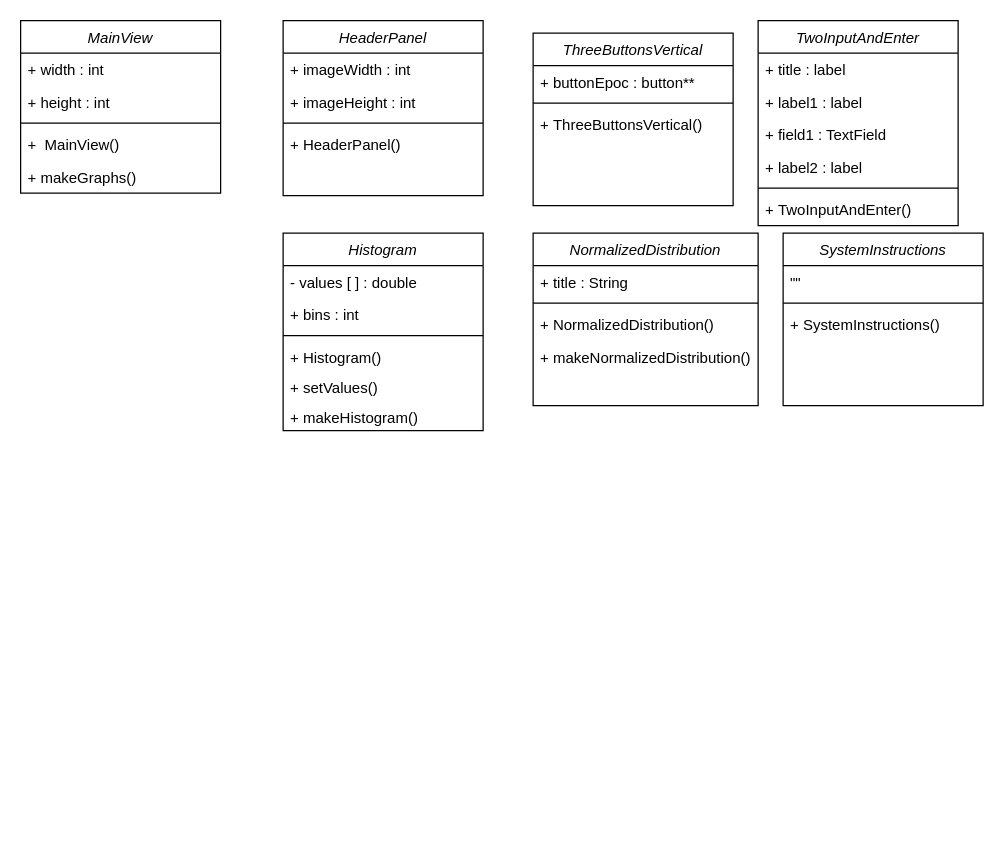
Earlier version of the draw.io diagram Diagrams/View_ClassDiagram.drawio (ramon-san/JavaFinalAssignment). Source tidied: cells renumbered, new cells numbered last; positions are measured from the earlier drawing's top-left corner, leaving out a move shared by most shapes. Both pictures are drawn from the tidied source at 125%, with x=0, y=0 at pixel (20, 20).
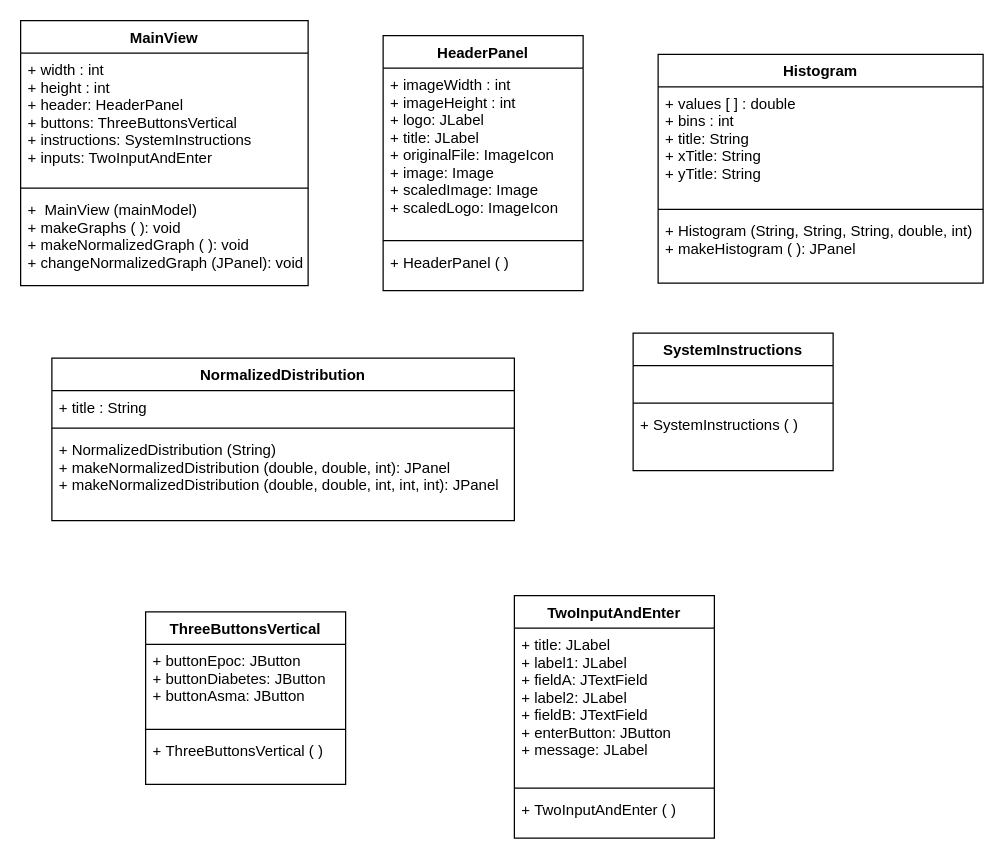
The same page after the edit.

Diff of the diagram source:
```diff
@@
-    <mxCell id="2" value="MainView" style="swimlane;fontStyle=2;align=center;verticalAlign=top;horizontal=1;startSize=26;rounded=0;shadow=0;strokeWidth=1;" parent="1" vertex="1">
-      <mxGeometry width="160" height="138" as="geometry" />
+    <mxCell id="2" value="MainView" style="swimlane;fontStyle=1;align=center;verticalAlign=top;horizontal=1;startSize=26;rounded=0;shadow=0;strokeWidth=1;" parent="1" vertex="1">
+      <mxGeometry width="230" height="212" as="geometry" />
     </mxCell>
-    <mxCell id="3" value="+ width : int" style="text;align=left;verticalAlign=top;spacingLeft=4;spacingRight=4;overflow=hidden;" parent="2" vertex="1">
-      <mxGeometry y="26" width="160" height="26" as="geometry" />
+    <mxCell id="3" value="+ width : int&#10;+ height : int&#10;+ header: HeaderPanel&#10;+ buttons: ThreeButtonsVertical&#10;+ instructions: SystemInstructions&#10;+ inputs: TwoInputAndEnter" style="text;align=left;verticalAlign=top;spacingLeft=4;spacingRight=4;overflow=hidden;" parent="2" vertex="1">
+      <mxGeometry y="26" width="230" height="104" as="geometry" />
     </mxCell>
-    <mxCell id="4" value="+ height : int" style="text;align=left;verticalAlign=top;spacingLeft=4;spacingRight=4;overflow=hidden;" parent="2" vertex="1">
-      <mxGeometry y="52" width="160" height="26" as="geometry" />
-    </mxCell>
     <mxCell id="5" style="line;html=1;strokeWidth=1;align=left;verticalAlign=middle;spacingTop=-1;spacingLeft=3;spacingRight=3;labelPosition=right;" parent="2" vertex="1">
-      <mxGeometry y="78" width="160" height="8" as="geometry" />
+      <mxGeometry y="130" width="230" height="8" as="geometry" />
     </mxCell>
-    <mxCell id="6" value="+  MainView()" style="text;align=left;verticalAlign=top;spacingLeft=4;spacingRight=4;overflow=hidden;" parent="2" vertex="1">
-      <mxGeometry y="86" width="160" height="26" as="geometry" />
+    <mxCell id="6" value="+  MainView (mainModel)&#10;+ makeGraphs ( ): void&#10;+ makeNormalizedGraph ( ): void&#10;+ changeNormalizedGraph (JPanel): void" style="text;align=left;verticalAlign=top;spacingLeft=4;spacingRight=4;overflow=hidden;" parent="2" vertex="1">
+      <mxGeometry y="138" width="230" height="74" as="geometry" />
     </mxCell>
-    <mxCell id="7" value="+ makeGraphs()" style="text;align=left;verticalAlign=top;spacingLeft=4;spacingRight=4;overflow=hidden;" parent="2" vertex="1">
-      <mxGeometry y="112" width="160" height="26" as="geometry" />
-    </mxCell>
-    <mxCell id="8" value="HeaderPanel" style="swimlane;fontStyle=2;align=center;verticalAlign=top;horizontal=1;startSize=26;rounded=0;shadow=0;strokeWidth=1;" parent="1" vertex="1">
-      <mxGeometry x="210" width="160" height="140" as="geometry" />
+    <mxCell id="8" value="HeaderPanel" style="swimlane;fontStyle=1;align=center;verticalAlign=top;horizontal=1;startSize=26;rounded=0;shadow=0;strokeWidth=1;" parent="1" vertex="1">
+      <mxGeometry x="290" y="12" width="160" height="204" as="geometry" />
     </mxCell>
-    <mxCell id="9" value="+ imageWidth : int" style="text;align=left;verticalAlign=top;spacingLeft=4;spacingRight=4;overflow=hidden;" parent="8" vertex="1">
-      <mxGeometry y="26" width="160" height="26" as="geometry" />
+    <mxCell id="9" value="+ imageWidth : int&#10;+ imageHeight : int&#10;+ logo: JLabel&#10;+ title: JLabel&#10;+ originalFile: ImageIcon&#10;+ image: Image&#10;+ scaledImage: Image&#10;+ scaledLogo: ImageIcon" style="text;align=left;verticalAlign=top;spacingLeft=4;spacingRight=4;overflow=hidden;" parent="8" vertex="1">
+      <mxGeometry y="26" width="160" height="134" as="geometry" />
     </mxCell>
-    <mxCell id="10" value="+ imageHeight : int" style="text;align=left;verticalAlign=top;spacingLeft=4;spacingRight=4;overflow=hidden;" parent="8" vertex="1">
-      <mxGeometry y="52" width="160" height="26" as="geometry" />
-    </mxCell>
     <mxCell id="11" style="line;html=1;strokeWidth=1;align=left;verticalAlign=middle;spacingTop=-1;spacingLeft=3;spacingRight=3;labelPosition=right;" parent="8" vertex="1">
-      <mxGeometry y="78" width="160" height="8" as="geometry" />
+      <mxGeometry y="160" width="160" height="8" as="geometry" />
     </mxCell>
-    <mxCell id="12" value="+ HeaderPanel()" style="text;align=left;verticalAlign=top;spacingLeft=4;spacingRight=4;overflow=hidden;" parent="8" vertex="1">
-      <mxGeometry y="86" width="160" height="26" as="geometry" />
+    <mxCell id="12" value="+ HeaderPanel ( )" style="text;align=left;verticalAlign=top;spacingLeft=4;spacingRight=4;overflow=hidden;" parent="8" vertex="1">
+      <mxGeometry y="168" width="160" height="26" as="geometry" />
     </mxCell>
-    <mxCell id="13" value="NormalizedDistribution" style="swimlane;fontStyle=2;align=center;verticalAlign=top;horizontal=1;startSize=26;rounded=0;shadow=0;strokeWidth=1;" parent="1" vertex="1">
-      <mxGeometry x="410" y="170" width="180" height="138" as="geometry" />
+    <mxCell id="13" value="NormalizedDistribution" style="swimlane;fontStyle=1;align=center;verticalAlign=top;horizontal=1;startSize=26;rounded=0;shadow=0;strokeWidth=1;" parent="1" vertex="1">
+      <mxGeometry x="25" y="270" width="370" height="130" as="geometry" />
     </mxCell>
     <mxCell id="14" value="+ title : String" style="text;align=left;verticalAlign=top;spacingLeft=4;spacingRight=4;overflow=hidden;" parent="13" vertex="1">
-      <mxGeometry y="26" width="180" height="26" as="geometry" />
+      <mxGeometry y="26" width="370" height="26" as="geometry" />
     </mxCell>
     <mxCell id="15" style="line;html=1;strokeWidth=1;align=left;verticalAlign=middle;spacingTop=-1;spacingLeft=3;spacingRight=3;labelPosition=right;" parent="13" vertex="1">
-      <mxGeometry y="52" width="180" height="8" as="geometry" />
+      <mxGeometry y="52" width="370" height="8" as="geometry" />
     </mxCell>
-    <mxCell id="16" value="+ NormalizedDistribution()" style="text;align=left;verticalAlign=top;spacingLeft=4;spacingRight=4;overflow=hidden;" parent="13" vertex="1">
-      <mxGeometry y="60" width="180" height="26" as="geometry" />
+    <mxCell id="16" value="+ NormalizedDistribution (String)&#10;+ makeNormalizedDistribution (double, double, int): JPanel&#10;+ makeNormalizedDistribution (double, double, int, int, int): JPanel" style="text;align=left;verticalAlign=top;spacingLeft=4;spacingRight=4;overflow=hidden;" parent="13" vertex="1">
+      <mxGeometry y="60" width="370" height="70" as="geometry" />
     </mxCell>
-    <mxCell id="17" value="+ makeNormalizedDistribution()" style="text;align=left;verticalAlign=top;spacingLeft=4;spacingRight=4;overflow=hidden;" parent="13" vertex="1">
-      <mxGeometry y="86" width="180" height="26" as="geometry" />
-    </mxCell>
-    <mxCell id="18" value="TwoInputAndEnter" style="swimlane;fontStyle=2;align=center;verticalAlign=top;horizontal=1;startSize=26;rounded=0;shadow=0;strokeWidth=1;" parent="1" vertex="1">
-      <mxGeometry x="590" width="160" height="164" as="geometry" />
+    <mxCell id="18" value="TwoInputAndEnter" style="swimlane;fontStyle=1;align=center;verticalAlign=top;horizontal=1;startSize=26;rounded=0;shadow=0;strokeWidth=1;" parent="1" vertex="1">
+      <mxGeometry x="395" y="460" width="160" height="194" as="geometry" />
     </mxCell>
-    <mxCell id="19" value="+ title : label" style="text;align=left;verticalAlign=top;spacingLeft=4;spacingRight=4;overflow=hidden;" parent="18" vertex="1">
-      <mxGeometry y="26" width="160" height="26" as="geometry" />
+    <mxCell id="19" value="+ title: JLabel&#10;+ label1: JLabel&#10;+ fieldA: JTextField&#10;+ label2: JLabel&#10;+ fieldB: JTextField&#10;+ enterButton: JButton&#10;+ message: JLabel" style="text;align=left;verticalAlign=top;spacingLeft=4;spacingRight=4;overflow=hidden;" parent="18" vertex="1">
+      <mxGeometry y="26" width="160" height="124" as="geometry" />
     </mxCell>
-    <mxCell id="20" value="+ label1 : label" style="text;align=left;verticalAlign=top;spacingLeft=4;spacingRight=4;overflow=hidden;" parent="18" vertex="1">
-      <mxGeometry y="52" width="160" height="26" as="geometry" />
-    </mxCell>
-    <mxCell id="21" value="+ field1 : TextField" style="text;align=left;verticalAlign=top;spacingLeft=4;spacingRight=4;overflow=hidden;" parent="18" vertex="1">
-      <mxGeometry y="78" width="160" height="26" as="geometry" />
-    </mxCell>
-    <mxCell id="22" value="+ label2 : label" style="text;align=left;verticalAlign=top;spacingLeft=4;spacingRight=4;overflow=hidden;" parent="18" vertex="1">
-      <mxGeometry y="104" width="160" height="26" as="geometry" />
-    </mxCell>
     <mxCell id="23" style="line;html=1;strokeWidth=1;align=left;verticalAlign=middle;spacingTop=-1;spacingLeft=3;spacingRight=3;labelPosition=right;" parent="18" vertex="1">
-      <mxGeometry y="130" width="160" height="8" as="geometry" />
+      <mxGeometry y="150" width="160" height="8" as="geometry" />
     </mxCell>
-    <mxCell id="24" value="+ TwoInputAndEnter()" style="text;align=left;verticalAlign=top;spacingLeft=4;spacingRight=4;overflow=hidden;" parent="18" vertex="1">
-      <mxGeometry y="138" width="160" height="26" as="geometry" />
+    <mxCell id="24" value="+ TwoInputAndEnter ( )" style="text;align=left;verticalAlign=top;spacingLeft=4;spacingRight=4;overflow=hidden;" parent="18" vertex="1">
+      <mxGeometry y="158" width="160" height="26" as="geometry" />
     </mxCell>
-    <mxCell id="25" value="Histogram" style="swimlane;fontStyle=2;align=center;verticalAlign=top;horizontal=1;startSize=26;rounded=0;shadow=0;strokeWidth=1;" parent="1" vertex="1">
-      <mxGeometry x="210" y="170" width="160" height="158" as="geometry" />
+    <mxCell id="25" value="Histogram" style="swimlane;fontStyle=1;align=center;verticalAlign=top;horizontal=1;startSize=26;rounded=0;shadow=0;strokeWidth=1;" parent="1" vertex="1">
+      <mxGeometry x="510" y="27" width="260" height="183" as="geometry" />
     </mxCell>
-    <mxCell id="26" value="- values [ ] : double" style="text;align=left;verticalAlign=top;spacingLeft=4;spacingRight=4;overflow=hidden;" parent="25" vertex="1">
-      <mxGeometry y="26" width="160" height="26" as="geometry" />
+    <mxCell id="26" value="+ values [ ] : double&#10;+ bins : int&#10;+ title: String&#10;+ xTitle: String&#10;+ yTitle: String" style="text;align=left;verticalAlign=top;spacingLeft=4;spacingRight=4;overflow=hidden;" parent="25" vertex="1">
+      <mxGeometry y="26" width="260" height="94" as="geometry" />
     </mxCell>
-    <mxCell id="27" value="+ bins : int" style="text;align=left;verticalAlign=top;spacingLeft=4;spacingRight=4;overflow=hidden;" parent="25" vertex="1">
-      <mxGeometry y="52" width="160" height="26" as="geometry" />
-    </mxCell>
     <mxCell id="28" style="line;html=1;strokeWidth=1;align=left;verticalAlign=middle;spacingTop=-1;spacingLeft=3;spacingRight=3;labelPosition=right;" parent="25" vertex="1">
-      <mxGeometry y="78" width="160" height="8" as="geometry" />
+      <mxGeometry y="120" width="260" height="8" as="geometry" />
     </mxCell>
-    <mxCell id="29" value="+ Histogram()" style="text;align=left;verticalAlign=top;spacingLeft=4;spacingRight=4;overflow=hidden;" parent="25" vertex="1">
-      <mxGeometry y="86" width="160" height="24" as="geometry" />
+    <mxCell id="29" value="+ Histogram (String, String, String, double, int)&#10;+ makeHistogram ( ): JPanel" style="text;align=left;verticalAlign=top;spacingLeft=4;spacingRight=4;overflow=hidden;" parent="25" vertex="1">
+      <mxGeometry y="128" width="260" height="52" as="geometry" />
     </mxCell>
-    <mxCell id="30" value="+ setValues()" style="text;align=left;verticalAlign=top;spacingLeft=4;spacingRight=4;overflow=hidden;" parent="25" vertex="1">
-      <mxGeometry y="110" width="160" height="24" as="geometry" />
-    </mxCell>
-    <mxCell id="31" value="+ makeHistogram()" style="text;align=left;verticalAlign=top;spacingLeft=4;spacingRight=4;overflow=hidden;" parent="25" vertex="1">
-      <mxGeometry y="134" width="160" height="24" as="geometry" />
-    </mxCell>
-    <mxCell id="32" value="ThreeButtonsVertical" style="swimlane;fontStyle=2;align=center;verticalAlign=top;horizontal=1;startSize=26;rounded=0;shadow=0;strokeWidth=1;" parent="1" vertex="1">
-      <mxGeometry x="410" y="10" width="160" height="138" as="geometry" />
+    <mxCell id="32" value="ThreeButtonsVertical" style="swimlane;fontStyle=1;align=center;verticalAlign=top;horizontal=1;startSize=26;rounded=0;shadow=0;strokeWidth=1;" parent="1" vertex="1">
+      <mxGeometry x="100" y="473" width="160" height="138" as="geometry" />
     </mxCell>
-    <mxCell id="33" value="+ buttonEpoc : button**" style="text;align=left;verticalAlign=top;spacingLeft=4;spacingRight=4;overflow=hidden;" parent="32" vertex="1">
-      <mxGeometry y="26" width="160" height="26" as="geometry" />
+    <mxCell id="33" value="+ buttonEpoc: JButton&#10;+ buttonDiabetes: JButton&#10;+ buttonAsma: JButton" style="text;align=left;verticalAlign=top;spacingLeft=4;spacingRight=4;overflow=hidden;" parent="32" vertex="1">
+      <mxGeometry y="26" width="160" height="64" as="geometry" />
     </mxCell>
     <mxCell id="34" style="line;html=1;strokeWidth=1;align=left;verticalAlign=middle;spacingTop=-1;spacingLeft=3;spacingRight=3;labelPosition=right;" parent="32" vertex="1">
-      <mxGeometry y="52" width="160" height="8" as="geometry" />
+      <mxGeometry y="90" width="160" height="8" as="geometry" />
     </mxCell>
-    <mxCell id="35" value="+ ThreeButtonsVertical()" style="text;align=left;verticalAlign=top;spacingLeft=4;spacingRight=4;overflow=hidden;" parent="32" vertex="1">
-      <mxGeometry y="60" width="160" height="26" as="geometry" />
+    <mxCell id="35" value="+ ThreeButtonsVertical ( )" style="text;align=left;verticalAlign=top;spacingLeft=4;spacingRight=4;overflow=hidden;" parent="32" vertex="1">
+      <mxGeometry y="98" width="160" height="26" as="geometry" />
     </mxCell>
-    <mxCell id="36" value="SystemInstructions" style="swimlane;fontStyle=2;align=center;verticalAlign=top;horizontal=1;startSize=26;rounded=0;shadow=0;strokeWidth=1;" parent="1" vertex="1">
-      <mxGeometry x="610" y="170" width="160" height="138" as="geometry" />
+    <mxCell id="36" value="SystemInstructions" style="swimlane;fontStyle=1;align=center;verticalAlign=top;horizontal=1;startSize=26;rounded=0;shadow=0;strokeWidth=1;" parent="1" vertex="1">
+      <mxGeometry x="490" y="250" width="160" height="110" as="geometry" />
     </mxCell>
-    <mxCell id="37" value="&quot;&quot;" style="text;align=left;verticalAlign=top;spacingLeft=4;spacingRight=4;overflow=hidden;" parent="36" vertex="1">
+    <mxCell id="37" value="     " style="text;align=left;verticalAlign=top;spacingLeft=4;spacingRight=4;overflow=hidden;" parent="36" vertex="1">
       <mxGeometry y="26" width="160" height="26" as="geometry" />
     </mxCell>
@@
-    <mxCell id="39" value="+ SystemInstructions()" style="text;align=left;verticalAlign=top;spacingLeft=4;spacingRight=4;overflow=hidden;" parent="36" vertex="1">
+    <mxCell id="39" value="+ SystemInstructions ( )" style="text;align=left;verticalAlign=top;spacingLeft=4;spacingRight=4;overflow=hidden;" parent="36" vertex="1">
       <mxGeometry y="60" width="160" height="26" as="geometry" />
     </mxCell>
```
